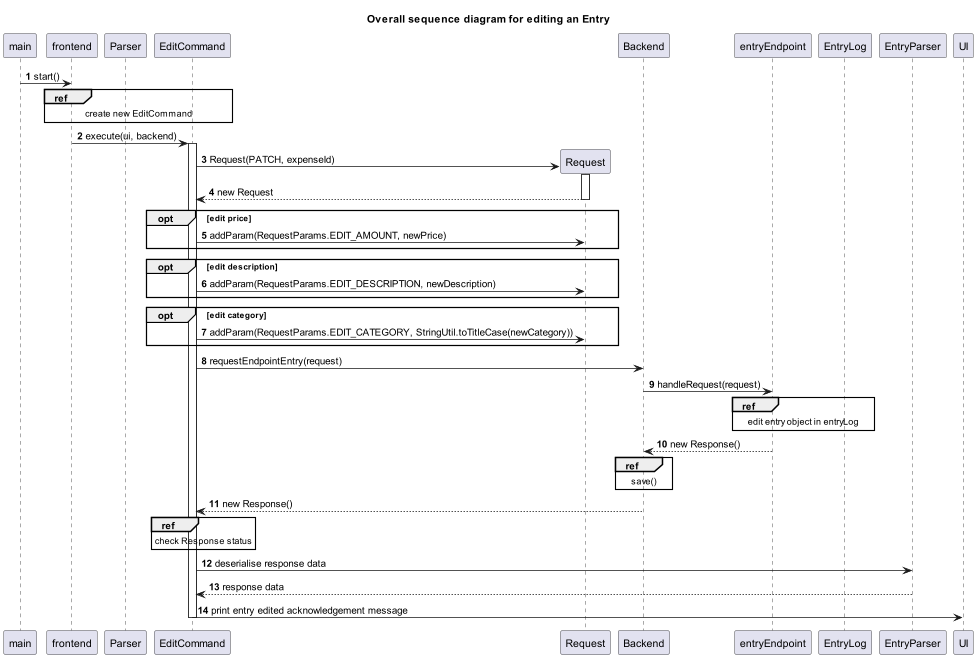
The PlantUML diagram docs/static/EditCommandSequenceDiagram.png in nus-cs2113-AY2223S2/tp, before a commit. Its source is kept beside it as docs/diagrams/EditCommandSequenceDiagram.puml. Source of this version:
```plantuml
@startuml

autonumber
title Overall sequence diagram for editing an Entry

main -> frontend: start()
ref over frontend, Parser, EditCommand : create new EditCommand

frontend -> EditCommand ++ : execute(ui, backend)
EditCommand -> Request ** : Request(PATCH, expenseId)
activate Request
return new Request
opt edit price
    EditCommand -> Request : addParam(RequestParams.EDIT_AMOUNT, newPrice)
end
opt edit description
    EditCommand -> Request : addParam(RequestParams.EDIT_DESCRIPTION, newDescription)
end
opt edit category
    EditCommand -> Request : addParam(RequestParams.EDIT_CATEGORY, StringUtil.toTitleCase(newCategory))
end
EditCommand -> Backend : requestEndpointEntry(request)
ref over Backend, entryEndpoint : Endpoint/Entry - Handle PATCH
ref over Backend : save()
Backend --> EditCommand : new Response()
opt ResponseStatus == OK
    EditCommand -> EntryParser : deserialise response data
    EntryParser -> EditCommand : return deserialised data
end
EditCommand -> UI --: print "entry edited" acknowledgement message
@enduml
```
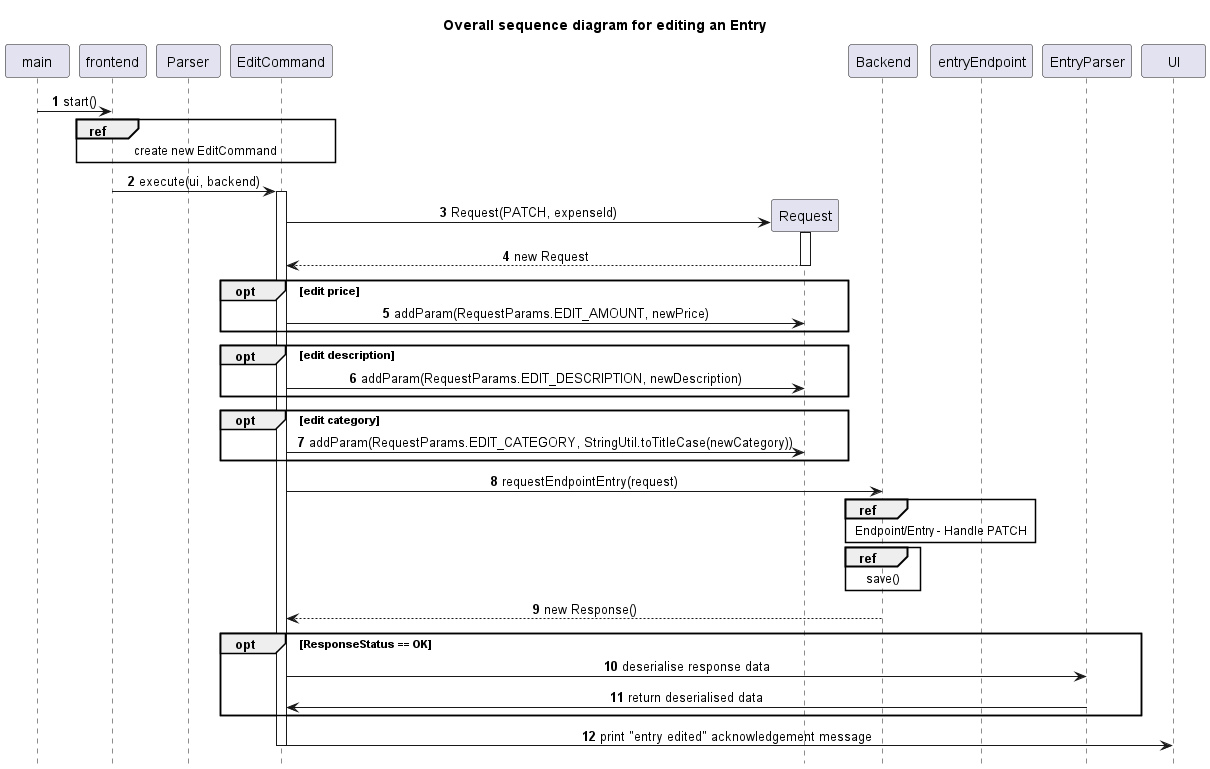
After the commit.

Change to the diagram source:
```diff
@@ -1,4 +1,5 @@
 @startuml
+!include Style.puml
 
 autonumber
 title Overall sequence diagram for editing an Entry
```
